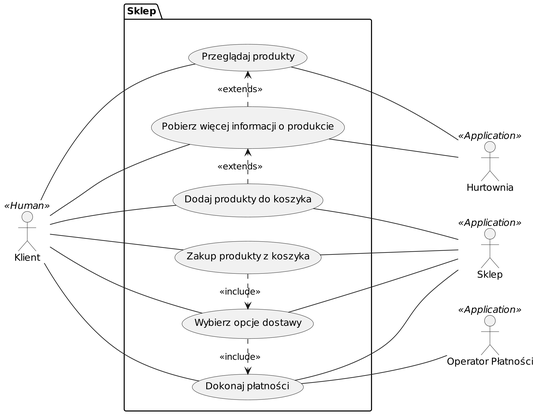
This is doc/usecase1.png from emptaj/e2022-backend, a PlantUML export, as it was before one commit.
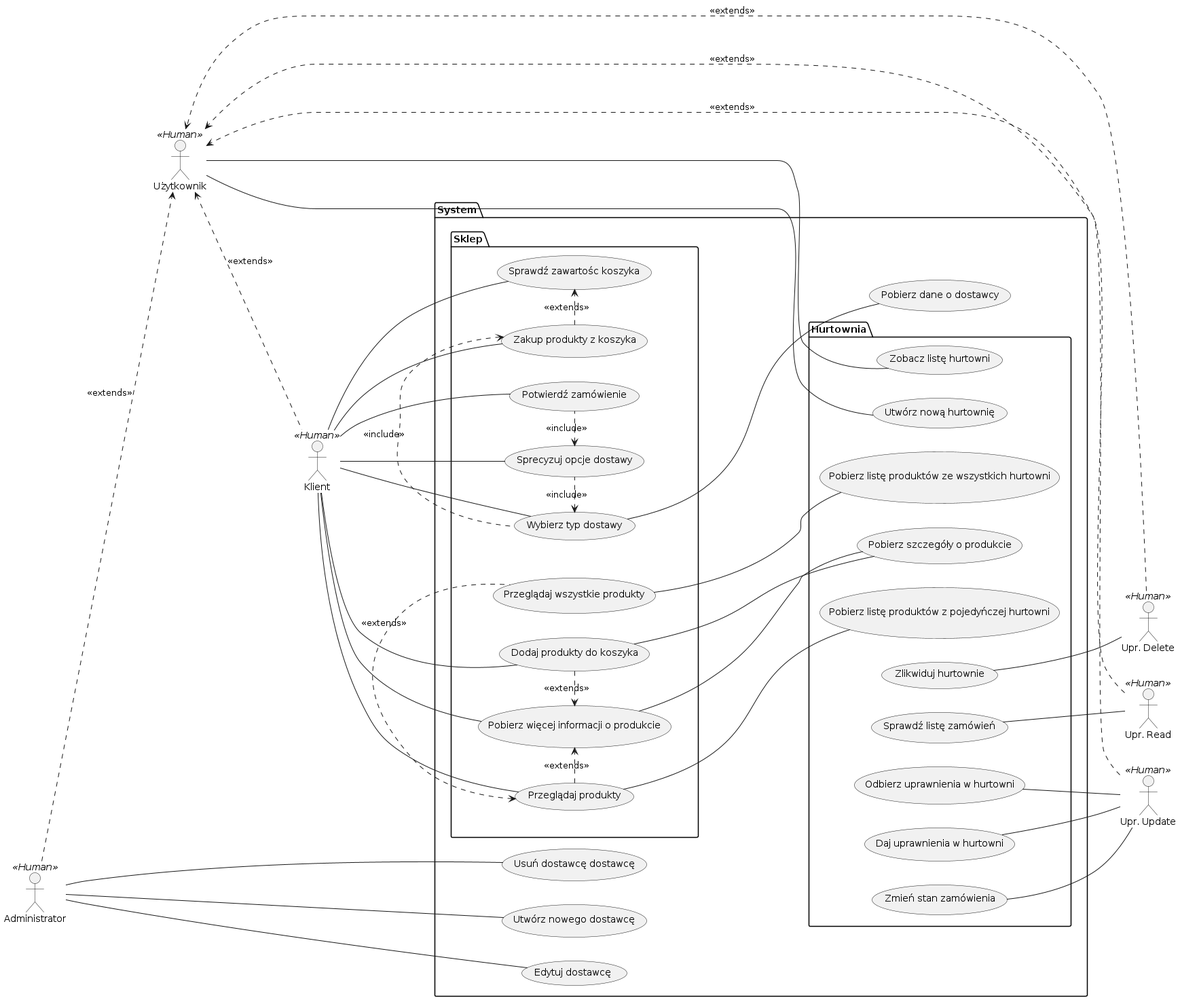
Later version of the same file.

Commit message:
Modified usecase diagrams

The edit, as a diff of the source:
```diff
@@ -1,43 +1,94 @@
 @startuml
-skinparam dpi 300
 left to right direction
 actor Klient as AK << Human >>
+actor Administrator as AA << Human >>
+actor Użytkownik as AU << Human >>
 together {
-        actor "Hurtownia" as AH << Application >>
-        actor "Sklep" as AS << Application >>
-        actor "Operator Płatności" as AO << Application >>
+        package System {
+                package Sklep {
+                        together {
+                                usecase "Przeglądaj wszystkie produkty" as UC0
+                                usecase "Przeglądaj produkty" as UC1
+                                usecase "Pobierz więcej informacji o produkcie" as UC2
+                                usecase "Dodaj produkty do koszyka" as UC3
+                        }
+                        usecase "Sprawdź zawartośc koszyka" as UC4
+                        together {
+                                usecase "Zakup produkty z koszyka" as UC5
+                                usecase "Wybierz typ dostawy" as UC6
+                                usecase "Sprecyzuj opcje dostawy" as UC7
+                                usecase "Potwierdź zamówienie" as UC8
+                        }
+                }
+
+                package Hurtownia {
+                        usecase "Pobierz listę produktów ze wszystkich hurtowni" as UV1
+                        usecase "Pobierz listę produktów z pojedyńczej hurtowni" as UV2
+                        usecase "Pobierz szczegóły o produkcie" as UV3
+                        usecase "Utwórz nową hurtownię" as UV4
+                        usecase "Zobacz listę hurtowni" as UV5
+                        usecase "Daj uprawnienia w hurtowni" as UV6
+                        usecase "Odbierz uprawnienia w hurtowni" as UV7
+                        usecase "Sprawdź listę zamówień" as UV8
+                        usecase "Zmień stan zamówienia" as UV9
+                        usecase "Zlikwiduj hurtownie" as UV10
+                }
+                usecase "Utwórz nowego dostawcę" as UA1
+                usecase "Edytuj dostawcę" as UA2
+                usecase "Usuń dostawcę dostawcę" as UA3
+                usecase "Pobierz dane o dostawcy" as UA4
+        }
+        together {
+                actor "Upr. Read" as AUR << Human >>
+                actor "Upr. Update" as AUU << Human >>
+                actor "Upr. Delete" as AUD << Human >>
+        }
 }
-package Sklep {
-        together {
-                usecase "Przeglądaj produkty" as UC1
-                usecase "Pobierz więcej informacji o produkcie" as UC6
-                usecase "Dodaj produkty do koszyka" as UC2
-        }
-        usecase "Zakup produkty z koszyka" as UC3
-        usecase "Wybierz opcje dostawy" as UC4
-        usecase "Dokonaj płatności" as UC5
-}
+AK -- UC1
+AK -- UC2
+AK -- UC3
+AK -- UC4
+AK -- UC5
+AK -- UC6
+AK -- UC7
+AK -- UC8
 
-AK --- UC1
-AK --- UC2
-AK --- UC3
-AK --- UC4
-AK --- UC5
-AK --- UC6
-
-UC1 --- AH
-UC6 --- AH
-
-UC2 --- AS
-UC3 --- AS
-UC4 --- AS
-UC5 --- AS
-
-UC5 --- AO
+UC0 --- UV1
+UC1 --- UV2
+UC3 --- UV3
+UV3 --- UC2
 
 
-UC6 .> UC1 : <<extends>>
-UC2 .> UC6 : <<extends>>
-UC3 .> UC4 : <<include>>
-UC4 .> UC5 : <<include>>
+UC1 <. UC0 : <<extends>>
+UC1 .> UC2 : <<extends>>
+UC3 .> UC2 : <<extends>>
+
+UC5 .> UC4 : <<extends>>
+UC5 <. UC6 : <<include>>
+UC6 <. UC7 : <<include>>
+UC7 <. UC8 : <<include>>
+
+AA ..> AU : <<extends>>
+AU <.. AK : <<extends>>
+
+AUR .> AU : <<extends>>
+AUD .> AU : <<extends>>
+AUU .> AU : <<extends>>
+
+AU -- UV4
+AU -- UV5
+
+AUR -- UV8
+AUD -- UV10
+
+AA -- UA1
+AA -- UA2
+AA -- UA3
+
+UV6 -- AUU
+UV7 -- AUU
+UV9 -- AUU
+
+UC6 --- UA4
+
 @enduml
```
